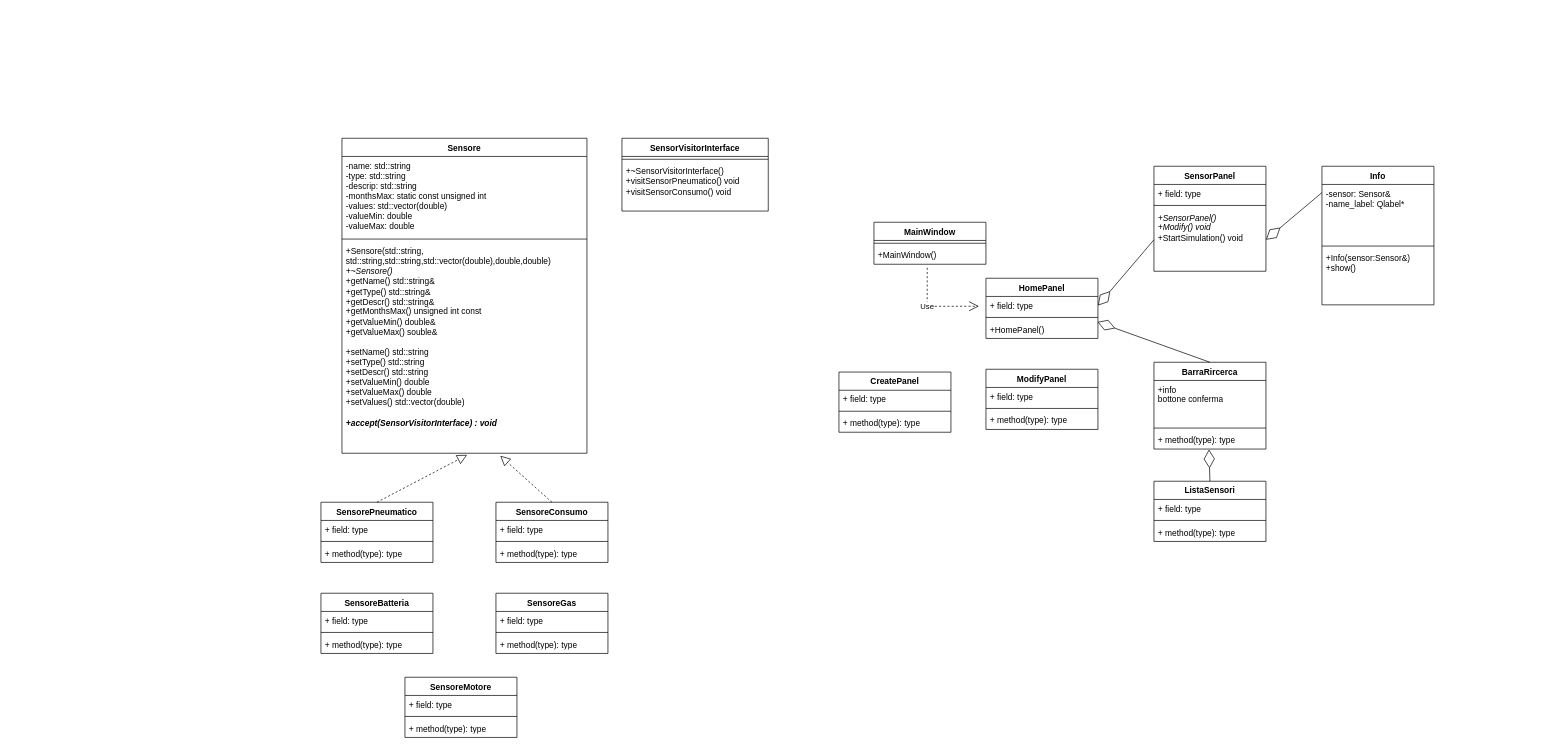
This is DiagrammaClassiPAO.drawio from mpiccoli18/Progetto-PAO, a draw.io file, before an edit. Source tidied: cells renumbered, new cells numbered last; positions are measured from the earlier drawing's top-left corner, leaving out a move shared by most shapes. Both pictures are drawn from the tidied source at 70%, with x=0, y=0 at pixel (321, 138).
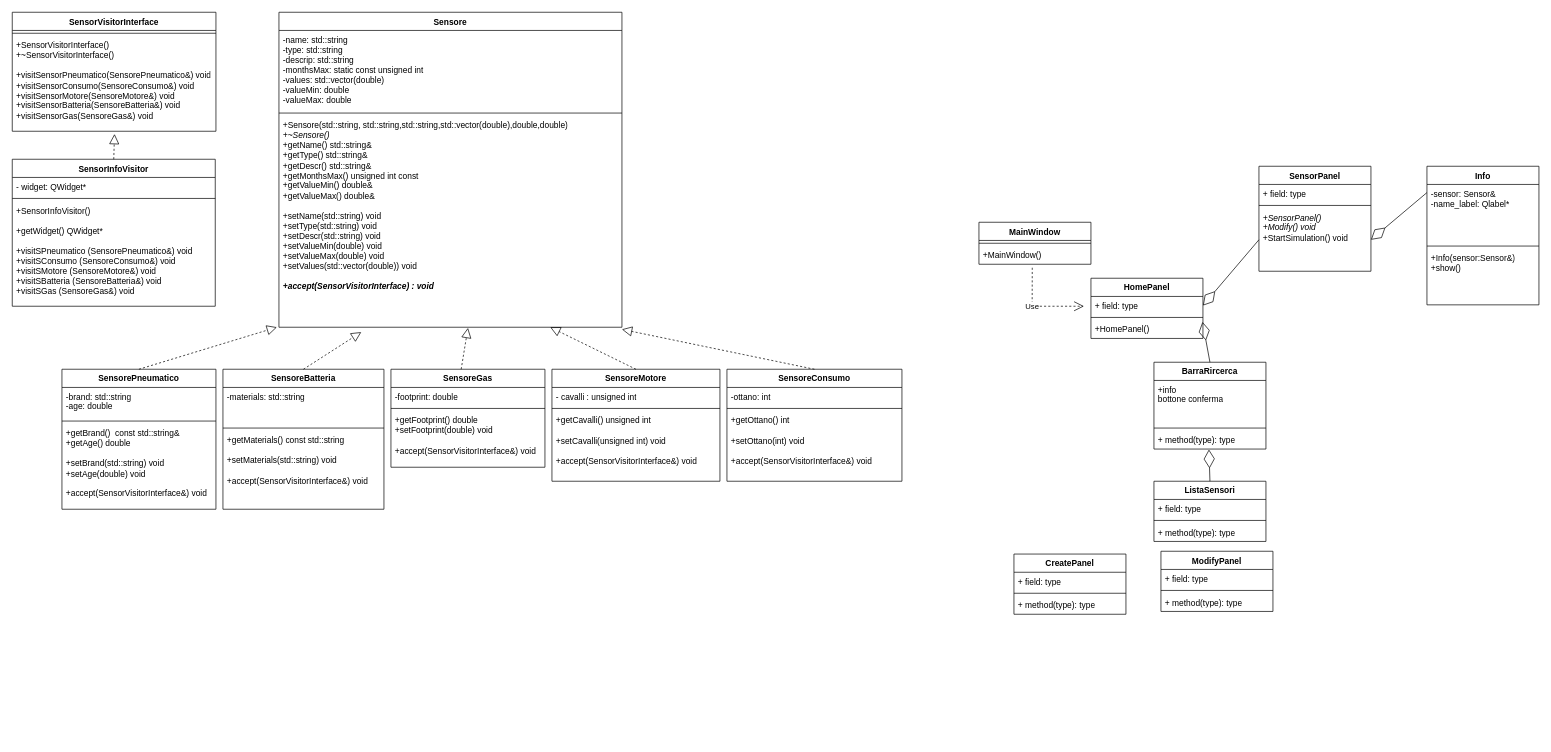
After the change.

The change refers to these unchanged cells:
```xml
<mxCell id="16" value="+MainWindow()" style="text;strokeColor=none;fillColor=none;align=left;verticalAlign=top;spacingLeft=4;spacingRight=4;overflow=hidden;points=[[0,0.5],[1,0.5]];portConstraint=eastwest;whiteSpace=wrap;html=1;" parent="14" vertex="1">
  <mxGeometry y="34" width="160" height="26" as="geometry" />
</mxCell>
```

The edit, as a diff of the source:
```diff
@@
     <mxCell id="2" value="Sensore" style="swimlane;fontStyle=1;align=center;verticalAlign=top;horizontal=1;startSize=26;whiteSpace=wrap;html=1;" parent="1" vertex="1">
-      <mxGeometry x="30" width="350" height="450" as="geometry" />
+      <mxGeometry x="-60" y="-180" width="490" height="450" as="geometry" />
     </mxCell>
     <mxCell id="3" value="-name: std::string&lt;br&gt;-type: std::string&lt;br&gt;-descrip: std::string&lt;br&gt;-monthsMax: static const unsigned int&lt;br&gt;-values: std::vector(double)&lt;br&gt;-valueMin: double&lt;br&gt;-valueMax: double" style="text;strokeColor=none;fillColor=none;align=left;verticalAlign=top;spacingLeft=4;spacingRight=4;overflow=hidden;whiteSpace=wrap;html=1;" parent="2" vertex="1">
-      <mxGeometry y="26" width="350" height="114" as="geometry" />
+      <mxGeometry y="26" width="490" height="114" as="geometry" />
     </mxCell>
     <mxCell id="4" style="line;strokeWidth=1;fillColor=none;align=left;verticalAlign=middle;spacingTop=-1;spacingLeft=3;spacingRight=3;labelPosition=right;strokeColor=inherit;" parent="2" vertex="1">
-      <mxGeometry y="140" width="350" height="8" as="geometry" />
+      <mxGeometry y="140" width="490" height="8" as="geometry" />
     </mxCell>
-    <mxCell id="5" value="+Sensore(std::string, std::string,std::string,std::vector(double),double,double)&lt;br&gt;&lt;i&gt;+~Sensore()&lt;br&gt;&lt;/i&gt;+getName() std::string&amp;amp;&lt;br&gt;+getType() std::string&amp;amp;&lt;br&gt;+getDescr() std::string&amp;amp;&lt;br&gt;+getMonthsMax() unsigned int const&lt;br&gt;+getValueMin() double&amp;amp;&lt;br&gt;+getValueMax() souble&amp;amp;&lt;br&gt;&lt;br&gt;+setName() std::string&lt;br&gt;+setType() std::string&lt;br&gt;+setDescr() std::string&lt;br&gt;+setValueMin() double&lt;br&gt;+setValueMax() double&lt;br&gt;+setValues() std::vector(double)&lt;br&gt;&lt;br&gt;&lt;b&gt;&lt;i&gt;+accept(SensorVisitorInterface) : void&lt;/i&gt;&lt;/b&gt;" style="text;strokeColor=none;fillColor=none;align=left;verticalAlign=top;spacingLeft=4;spacingRight=4;overflow=hidden;points=[[0,0.5],[1,0.5]];portConstraint=eastwest;whiteSpace=wrap;html=1;" parent="2" vertex="1">
-      <mxGeometry y="148" width="350" height="302" as="geometry" />
+    <mxCell id="5" value="+Sensore(std::string, std::string,std::string,std::vector(double),double,double)&lt;br&gt;&lt;i&gt;+~Sensore()&lt;br&gt;&lt;/i&gt;+getName() std::string&amp;amp;&lt;br&gt;+getType() std::string&amp;amp;&lt;br&gt;+getDescr() std::string&amp;amp;&lt;br&gt;+getMonthsMax() unsigned int const&lt;br&gt;+getValueMin() double&amp;amp;&lt;br&gt;+getValueMax() double&amp;amp;&lt;br&gt;&lt;br&gt;+setName(std::string) void&lt;br&gt;+setType(std::string) void&lt;br&gt;+setDescr(std::string) void&lt;br&gt;+setValueMin(double) void&lt;br&gt;+setValueMax(double) void&lt;br&gt;+setValues(std::vector(double)) void&lt;br&gt;&lt;br&gt;&lt;b&gt;&lt;i&gt;+accept(SensorVisitorInterface) : void&lt;/i&gt;&lt;/b&gt;" style="text;strokeColor=none;fillColor=none;align=left;verticalAlign=top;spacingLeft=4;spacingRight=4;overflow=hidden;points=[[0,0.5],[1,0.5]];portConstraint=eastwest;whiteSpace=wrap;html=1;" parent="2" vertex="1">
+      <mxGeometry y="148" width="490" height="302" as="geometry" />
     </mxCell>
     <mxCell id="6" value="SensorePneumatico" style="swimlane;fontStyle=1;align=center;verticalAlign=top;horizontal=1;startSize=26;whiteSpace=wrap;html=1;" parent="1" vertex="1">
-      <mxGeometry y="520" width="160" height="86" as="geometry" />
+      <mxGeometry x="-370" y="330" width="220" height="200" as="geometry" />
     </mxCell>
-    <mxCell id="7" value="+ field: type" style="text;strokeColor=none;fillColor=none;align=left;verticalAlign=top;spacingLeft=4;spacingRight=4;overflow=hidden;whiteSpace=wrap;html=1;" parent="6" vertex="1">
-      <mxGeometry y="26" width="160" height="26" as="geometry" />
+    <mxCell id="7" value="-brand: std::string&lt;br&gt;-age: double" style="text;strokeColor=none;fillColor=none;align=left;verticalAlign=top;spacingLeft=4;spacingRight=4;overflow=hidden;whiteSpace=wrap;html=1;" parent="6" vertex="1">
+      <mxGeometry y="26" width="220" height="44" as="geometry" />
     </mxCell>
     <mxCell id="8" style="line;strokeWidth=1;fillColor=none;align=left;verticalAlign=middle;spacingTop=-1;spacingLeft=3;spacingRight=3;labelPosition=right;strokeColor=inherit;" parent="6" vertex="1">
-      <mxGeometry y="52" width="160" height="8" as="geometry" />
+      <mxGeometry y="70" width="220" height="8" as="geometry" />
     </mxCell>
-    <mxCell id="9" value="+ method(type): type" style="text;strokeColor=none;fillColor=none;align=left;verticalAlign=top;spacingLeft=4;spacingRight=4;overflow=hidden;whiteSpace=wrap;html=1;" parent="6" vertex="1">
-      <mxGeometry y="60" width="160" height="26" as="geometry" />
+    <mxCell id="9" value="+getBrand()&amp;nbsp; const std::string&amp;amp;&lt;br&gt;+getAge() double&lt;br&gt;&lt;br&gt;+setBrand(std::string) void&lt;br&gt;+setAge(double) void&lt;br&gt;&lt;br&gt;+accept(SensorVisitorInterface&amp;amp;) void" style="text;strokeColor=none;fillColor=none;align=left;verticalAlign=top;spacingLeft=4;spacingRight=4;overflow=hidden;whiteSpace=wrap;html=1;" parent="6" vertex="1">
+      <mxGeometry y="78" width="220" height="122" as="geometry" />
     </mxCell>
     <mxCell id="10" value="SensoreConsumo" style="swimlane;fontStyle=1;align=center;verticalAlign=top;horizontal=1;startSize=26;whiteSpace=wrap;html=1;" parent="1" vertex="1">
-      <mxGeometry x="250" y="520" width="160" height="86" as="geometry" />
+      <mxGeometry x="580" y="330" width="250" height="160" as="geometry" />
     </mxCell>
-    <mxCell id="11" value="+ field: type" style="text;strokeColor=none;fillColor=none;align=left;verticalAlign=top;spacingLeft=4;spacingRight=4;overflow=hidden;whiteSpace=wrap;html=1;" parent="10" vertex="1">
-      <mxGeometry y="26" width="160" height="26" as="geometry" />
+    <mxCell id="11" value="-ottano: int" style="text;strokeColor=none;fillColor=none;align=left;verticalAlign=top;spacingLeft=4;spacingRight=4;overflow=hidden;whiteSpace=wrap;html=1;" parent="10" vertex="1">
+      <mxGeometry y="26" width="250" height="26" as="geometry" />
     </mxCell>
     <mxCell id="12" style="line;strokeWidth=1;fillColor=none;align=left;verticalAlign=middle;spacingTop=-1;spacingLeft=3;spacingRight=3;labelPosition=right;strokeColor=inherit;" parent="10" vertex="1">
-      <mxGeometry y="52" width="160" height="8" as="geometry" />
+      <mxGeometry y="52" width="250" height="8" as="geometry" />
     </mxCell>
-    <mxCell id="13" value="+ method(type): type" style="text;strokeColor=none;fillColor=none;align=left;verticalAlign=top;spacingLeft=4;spacingRight=4;overflow=hidden;whiteSpace=wrap;html=1;" parent="10" vertex="1">
-      <mxGeometry y="60" width="160" height="26" as="geometry" />
+    <mxCell id="13" value="+getOttano() int&lt;br&gt;&lt;br&gt;+setOttano(int) void&lt;br&gt;&lt;br&gt;+accept(SensorVisitorInterface&amp;amp;) void" style="text;strokeColor=none;fillColor=none;align=left;verticalAlign=top;spacingLeft=4;spacingRight=4;overflow=hidden;whiteSpace=wrap;html=1;" parent="10" vertex="1">
+      <mxGeometry y="60" width="250" height="100" as="geometry" />
     </mxCell>
     <mxCell id="14" value="MainWindow" style="swimlane;fontStyle=1;align=center;verticalAlign=top;horizontal=1;startSize=26;whiteSpace=wrap;html=1;" parent="1" vertex="1">
-      <mxGeometry x="790" y="120" width="160" height="60" as="geometry" />
+      <mxGeometry x="940" y="120" width="160" height="60" as="geometry" />
     </mxCell>
@@
     <mxCell id="17" value="SensorPanel" style="swimlane;fontStyle=1;align=center;verticalAlign=top;horizontal=1;startSize=26;whiteSpace=wrap;html=1;" parent="1" vertex="1">
-      <mxGeometry x="1190" y="40" width="160" height="150" as="geometry" />
+      <mxGeometry x="1340" y="40" width="160" height="150" as="geometry" />
     </mxCell>
@@
     <mxCell id="21" value="HomePanel" style="swimlane;fontStyle=1;align=center;verticalAlign=top;horizontal=1;startSize=26;whiteSpace=wrap;html=1;" parent="1" vertex="1">
-      <mxGeometry x="950" y="200" width="160" height="86" as="geometry" />
+      <mxGeometry x="1100" y="200" width="160" height="86" as="geometry" />
     </mxCell>
@@
     <mxCell id="25" value="Use" style="endArrow=open;endSize=12;dashed=1;html=1;rounded=0;exitX=0.476;exitY=1.192;exitDx=0;exitDy=0;exitPerimeter=0;" parent="1" edge="1" source="16">
       <mxGeometry x="-0.15" relative="1" as="geometry">
-        <mxPoint x="940" y="240" as="targetPoint" />
+        <mxPoint x="1090" y="240" as="targetPoint" />
         <Array as="points">
-          <mxPoint x="866" y="240" />
+          <mxPoint x="1016" y="240" />
         </Array>
       </mxGeometry>
     </mxCell>
@@
     <mxCell id="37" value="ModifyPanel" style="swimlane;fontStyle=1;align=center;verticalAlign=top;horizontal=1;startSize=26;whiteSpace=wrap;html=1;" parent="1" vertex="1">
-      <mxGeometry x="950" y="330" width="160" height="86" as="geometry" />
+      <mxGeometry x="1200" y="590" width="160" height="86" as="geometry" />
     </mxCell>
@@
     <mxCell id="41" value="CreatePanel" style="swimlane;fontStyle=1;align=center;verticalAlign=top;horizontal=1;startSize=26;whiteSpace=wrap;html=1;" parent="1" vertex="1">
-      <mxGeometry x="740" y="334" width="160" height="86" as="geometry" />
+      <mxGeometry x="990" y="594" width="160" height="86" as="geometry" />
     </mxCell>
@@
     <mxCell id="45" value="SensorVisitorInterface" style="swimlane;fontStyle=1;align=center;verticalAlign=top;horizontal=1;startSize=26;whiteSpace=wrap;html=1;" parent="1" vertex="1">
-      <mxGeometry x="430" width="209" height="104" as="geometry" />
+      <mxGeometry x="-441" y="-180" width="291" height="170" as="geometry" />
     </mxCell>
     <mxCell id="46" style="line;strokeWidth=1;fillColor=none;align=left;verticalAlign=middle;spacingTop=-1;spacingLeft=3;spacingRight=3;labelPosition=right;strokeColor=inherit;" parent="45" vertex="1">
-      <mxGeometry y="26" width="209" height="8" as="geometry" />
+      <mxGeometry y="26" width="291" height="8" as="geometry" />
     </mxCell>
-    <mxCell id="47" value="+~SensorVisitorInterface()&lt;br&gt;+visitSensorPneumatico() void&lt;br&gt;+visitSensorConsumo() void" style="text;strokeColor=none;fillColor=none;align=left;verticalAlign=top;spacingLeft=4;spacingRight=4;overflow=hidden;points=[[0,0.5],[1,0.5]];portConstraint=eastwest;whiteSpace=wrap;html=1;" parent="45" vertex="1">
-      <mxGeometry y="34" width="209" height="70" as="geometry" />
+    <mxCell id="47" value="+SensorVisitorInterface()&lt;br&gt;+~SensorVisitorInterface()&lt;br&gt;&lt;br&gt;+visitSensorPneumatico(SensorePneumatico&amp;amp;) void&lt;br&gt;+visitSensorConsumo(SensoreConsumo&amp;amp;) void&lt;br&gt;+visitSensorMotore(SensoreMotore&amp;amp;) void&lt;br&gt;+visitSensorBatteria(SensoreBatteria&amp;amp;) void&lt;br&gt;+visitSensorGas(SensoreGas&amp;amp;) void" style="text;strokeColor=none;fillColor=none;align=left;verticalAlign=top;spacingLeft=4;spacingRight=4;overflow=hidden;points=[[0,0.5],[1,0.5]];portConstraint=eastwest;whiteSpace=wrap;html=1;" parent="45" vertex="1">
+      <mxGeometry y="34" width="291" height="136" as="geometry" />
     </mxCell>
-    <mxCell id="48" style="endArrow=block;dashed=1;endFill=0;endSize=12;html=1;rounded=0;exitX=0.5;exitY=0;exitDx=0;exitDy=0;entryX=0.646;entryY=1.012;entryDx=0;entryDy=0;entryPerimeter=0;" parent="1" edge="1" source="10" target="5">
+    <mxCell id="48" style="endArrow=block;dashed=1;endFill=0;endSize=12;html=1;rounded=0;exitX=0.5;exitY=0;exitDx=0;exitDy=0;entryX=1;entryY=1.01;entryDx=0;entryDy=0;entryPerimeter=0;" parent="1" edge="1" source="10" target="5">
       <mxGeometry relative="1" as="geometry" />
     </mxCell>
-    <mxCell id="49" style="endArrow=block;dashed=1;endFill=0;endSize=12;html=1;rounded=0;exitX=0.5;exitY=0;exitDx=0;exitDy=0;entryX=0.511;entryY=1.008;entryDx=0;entryDy=0;entryPerimeter=0;" parent="1" edge="1" source="6" target="5">
+    <mxCell id="49" style="endArrow=block;dashed=1;endFill=0;endSize=12;html=1;rounded=0;exitX=0.5;exitY=0;exitDx=0;exitDy=0;entryX=-0.006;entryY=1;entryDx=0;entryDy=0;entryPerimeter=0;" parent="1" edge="1" source="6" target="5">
       <mxGeometry relative="1" as="geometry" />
     </mxCell>
     <mxCell id="50" value="SensoreBatteria" style="swimlane;fontStyle=1;align=center;verticalAlign=top;horizontal=1;startSize=26;whiteSpace=wrap;html=1;" parent="1" vertex="1">
-      <mxGeometry y="650" width="160" height="86" as="geometry" />
+      <mxGeometry x="-140" y="330" width="230" height="200" as="geometry" />
     </mxCell>
-    <mxCell id="51" value="+ field: type" style="text;strokeColor=none;fillColor=none;align=left;verticalAlign=top;spacingLeft=4;spacingRight=4;overflow=hidden;whiteSpace=wrap;html=1;" parent="50" vertex="1">
-      <mxGeometry y="26" width="160" height="26" as="geometry" />
+    <mxCell id="51" value="-materials: std::string" style="text;strokeColor=none;fillColor=none;align=left;verticalAlign=top;spacingLeft=4;spacingRight=4;overflow=hidden;whiteSpace=wrap;html=1;" parent="50" vertex="1">
+      <mxGeometry y="26" width="230" height="54" as="geometry" />
     </mxCell>
     <mxCell id="52" style="line;strokeWidth=1;fillColor=none;align=left;verticalAlign=middle;spacingTop=-1;spacingLeft=3;spacingRight=3;labelPosition=right;strokeColor=inherit;" parent="50" vertex="1">
-      <mxGeometry y="52" width="160" height="8" as="geometry" />
+      <mxGeometry y="80" width="230" height="8" as="geometry" />
     </mxCell>
-    <mxCell id="53" value="+ method(type): type" style="text;strokeColor=none;fillColor=none;align=left;verticalAlign=top;spacingLeft=4;spacingRight=4;overflow=hidden;whiteSpace=wrap;html=1;" parent="50" vertex="1">
-      <mxGeometry y="60" width="160" height="26" as="geometry" />
+    <mxCell id="53" value="+getMaterials() const std::string&lt;br&gt;&lt;br&gt;+setMaterials(std::string) void&lt;br&gt;&lt;br&gt;+accept(SensorVisitorInterface&amp;amp;) void" style="text;strokeColor=none;fillColor=none;align=left;verticalAlign=top;spacingLeft=4;spacingRight=4;overflow=hidden;whiteSpace=wrap;html=1;" parent="50" vertex="1">
+      <mxGeometry y="88" width="230" height="112" as="geometry" />
     </mxCell>
     <mxCell id="54" value="SensoreGas" style="swimlane;fontStyle=1;align=center;verticalAlign=top;horizontal=1;startSize=26;whiteSpace=wrap;html=1;" parent="1" vertex="1">
-      <mxGeometry x="250" y="650" width="160" height="86" as="geometry" />
+      <mxGeometry x="100" y="330" width="220" height="140" as="geometry" />
     </mxCell>
-    <mxCell id="55" value="+ field: type" style="text;strokeColor=none;fillColor=none;align=left;verticalAlign=top;spacingLeft=4;spacingRight=4;overflow=hidden;whiteSpace=wrap;html=1;" parent="54" vertex="1">
-      <mxGeometry y="26" width="160" height="26" as="geometry" />
+    <mxCell id="55" value="-footprint: double" style="text;strokeColor=none;fillColor=none;align=left;verticalAlign=top;spacingLeft=4;spacingRight=4;overflow=hidden;whiteSpace=wrap;html=1;" parent="54" vertex="1">
+      <mxGeometry y="26" width="220" height="26" as="geometry" />
     </mxCell>
     <mxCell id="56" style="line;strokeWidth=1;fillColor=none;align=left;verticalAlign=middle;spacingTop=-1;spacingLeft=3;spacingRight=3;labelPosition=right;strokeColor=inherit;" parent="54" vertex="1">
-      <mxGeometry y="52" width="160" height="8" as="geometry" />
+      <mxGeometry y="52" width="220" height="8" as="geometry" />
     </mxCell>
-    <mxCell id="57" value="+ method(type): type" style="text;strokeColor=none;fillColor=none;align=left;verticalAlign=top;spacingLeft=4;spacingRight=4;overflow=hidden;whiteSpace=wrap;html=1;" parent="54" vertex="1">
-      <mxGeometry y="60" width="160" height="26" as="geometry" />
+    <mxCell id="57" value="+getFootprint() double&lt;br&gt;+setFootprint(double) void&lt;br&gt;&lt;br&gt;+accept(SensorVisitorInterface&amp;amp;) void" style="text;strokeColor=none;fillColor=none;align=left;verticalAlign=top;spacingLeft=4;spacingRight=4;overflow=hidden;whiteSpace=wrap;html=1;" parent="54" vertex="1">
+      <mxGeometry y="60" width="220" height="80" as="geometry" />
     </mxCell>
     <mxCell id="58" value="SensoreMotore" style="swimlane;fontStyle=1;align=center;verticalAlign=top;horizontal=1;startSize=26;whiteSpace=wrap;html=1;" parent="1" vertex="1">
-      <mxGeometry x="120" y="770" width="160" height="86" as="geometry" />
+      <mxGeometry x="330" y="330" width="240" height="160" as="geometry" />
     </mxCell>
-    <mxCell id="59" value="+ field: type" style="text;strokeColor=none;fillColor=none;align=left;verticalAlign=top;spacingLeft=4;spacingRight=4;overflow=hidden;whiteSpace=wrap;html=1;" parent="58" vertex="1">
-      <mxGeometry y="26" width="160" height="26" as="geometry" />
+    <mxCell id="59" value="- cavalli : unsigned int" style="text;strokeColor=none;fillColor=none;align=left;verticalAlign=top;spacingLeft=4;spacingRight=4;overflow=hidden;whiteSpace=wrap;html=1;" parent="58" vertex="1">
+      <mxGeometry y="26" width="240" height="26" as="geometry" />
     </mxCell>
     <mxCell id="60" style="line;strokeWidth=1;fillColor=none;align=left;verticalAlign=middle;spacingTop=-1;spacingLeft=3;spacingRight=3;labelPosition=right;strokeColor=inherit;" parent="58" vertex="1">
-      <mxGeometry y="52" width="160" height="8" as="geometry" />
+      <mxGeometry y="52" width="240" height="8" as="geometry" />
     </mxCell>
-    <mxCell id="61" value="+ method(type): type" style="text;strokeColor=none;fillColor=none;align=left;verticalAlign=top;spacingLeft=4;spacingRight=4;overflow=hidden;whiteSpace=wrap;html=1;" parent="58" vertex="1">
-      <mxGeometry y="60" width="160" height="26" as="geometry" />
+    <mxCell id="61" value="+getCavalli() unsigned int&lt;br&gt;&lt;br&gt;+setCavalli(unsigned int) void&lt;br&gt;&lt;br&gt;+accept(SensorVisitorInterface&amp;amp;) void" style="text;strokeColor=none;fillColor=none;align=left;verticalAlign=top;spacingLeft=4;spacingRight=4;overflow=hidden;whiteSpace=wrap;html=1;" parent="58" vertex="1">
+      <mxGeometry y="60" width="240" height="100" as="geometry" />
     </mxCell>
@@
     <mxCell id="63" value="Info" style="swimlane;fontStyle=1;align=center;verticalAlign=top;horizontal=1;startSize=26;whiteSpace=wrap;html=1;" parent="1" vertex="1">
-      <mxGeometry x="1430" y="40" width="160" height="198" as="geometry" />
+      <mxGeometry x="1580" y="40" width="160" height="198" as="geometry" />
     </mxCell>
@@
+    <mxCell id="67" style="endArrow=block;dashed=1;endFill=0;endSize=12;html=1;rounded=0;exitX=0.5;exitY=0;exitDx=0;exitDy=0;entryX=0.791;entryY=1;entryDx=0;entryDy=0;entryPerimeter=0;" parent="1" edge="1" source="58" target="5">
+      <mxGeometry relative="1" as="geometry" />
+    </mxCell>
+    <mxCell id="68" style="endArrow=block;dashed=1;endFill=0;endSize=12;html=1;rounded=0;exitX=0.456;exitY=0;exitDx=0;exitDy=0;entryX=0.551;entryY=1.003;entryDx=0;entryDy=0;entryPerimeter=0;exitPerimeter=0;" parent="1" edge="1" source="54" target="5">
+      <mxGeometry relative="1" as="geometry" />
+    </mxCell>
+    <mxCell id="69" style="endArrow=block;dashed=1;endFill=0;endSize=12;html=1;rounded=0;exitX=0.5;exitY=0;exitDx=0;exitDy=0;entryX=0.24;entryY=1.023;entryDx=0;entryDy=0;entryPerimeter=0;" parent="1" edge="1" source="50" target="5">
+      <mxGeometry relative="1" as="geometry" />
+    </mxCell>
+    <mxCell id="70" value="SensorInfoVisitor" style="swimlane;fontStyle=1;align=center;verticalAlign=top;horizontal=1;startSize=26;whiteSpace=wrap;html=1;" parent="1" vertex="1">
+      <mxGeometry x="-441" y="30" width="290" height="210" as="geometry" />
+    </mxCell>
+    <mxCell id="71" value="- widget: QWidget*" style="text;strokeColor=none;fillColor=none;align=left;verticalAlign=top;spacingLeft=4;spacingRight=4;overflow=hidden;whiteSpace=wrap;html=1;" parent="70" vertex="1">
+      <mxGeometry y="26" width="290" height="26" as="geometry" />
+    </mxCell>
+    <mxCell id="72" style="line;strokeWidth=1;fillColor=none;align=left;verticalAlign=middle;spacingTop=-1;spacingLeft=3;spacingRight=3;labelPosition=right;strokeColor=inherit;" parent="70" vertex="1">
+      <mxGeometry y="52" width="290" height="8" as="geometry" />
+    </mxCell>
+    <mxCell id="73" value="+SensorInfoVisitor()&lt;br&gt;&lt;br&gt;+getWidget() QWidget*&lt;br&gt;&lt;br&gt;+visitSPneumatico (SensorePneumatico&amp;amp;) void&lt;br&gt;+visitSConsumo (SensoreConsumo&amp;amp;) void&lt;br&gt;+visitSMotore (SensoreMotore&amp;amp;) void&lt;br&gt;+visitSBatteria (SensoreBatteria&amp;amp;) void&lt;br&gt;+visitSGas (SensoreGas&amp;amp;) void" style="text;strokeColor=none;fillColor=none;align=left;verticalAlign=top;spacingLeft=4;spacingRight=4;overflow=hidden;whiteSpace=wrap;html=1;" parent="70" vertex="1">
+      <mxGeometry y="60" width="290" height="150" as="geometry" />
+    </mxCell>
+    <mxCell id="74" style="endArrow=block;dashed=1;endFill=0;endSize=12;html=1;rounded=0;entryX=0.502;entryY=1.029;entryDx=0;entryDy=0;entryPerimeter=0;exitX=0.5;exitY=0;exitDx=0;exitDy=0;" parent="1" edge="1" source="70" target="47">
+      <mxGeometry relative="1" as="geometry" />
+    </mxCell>
```
